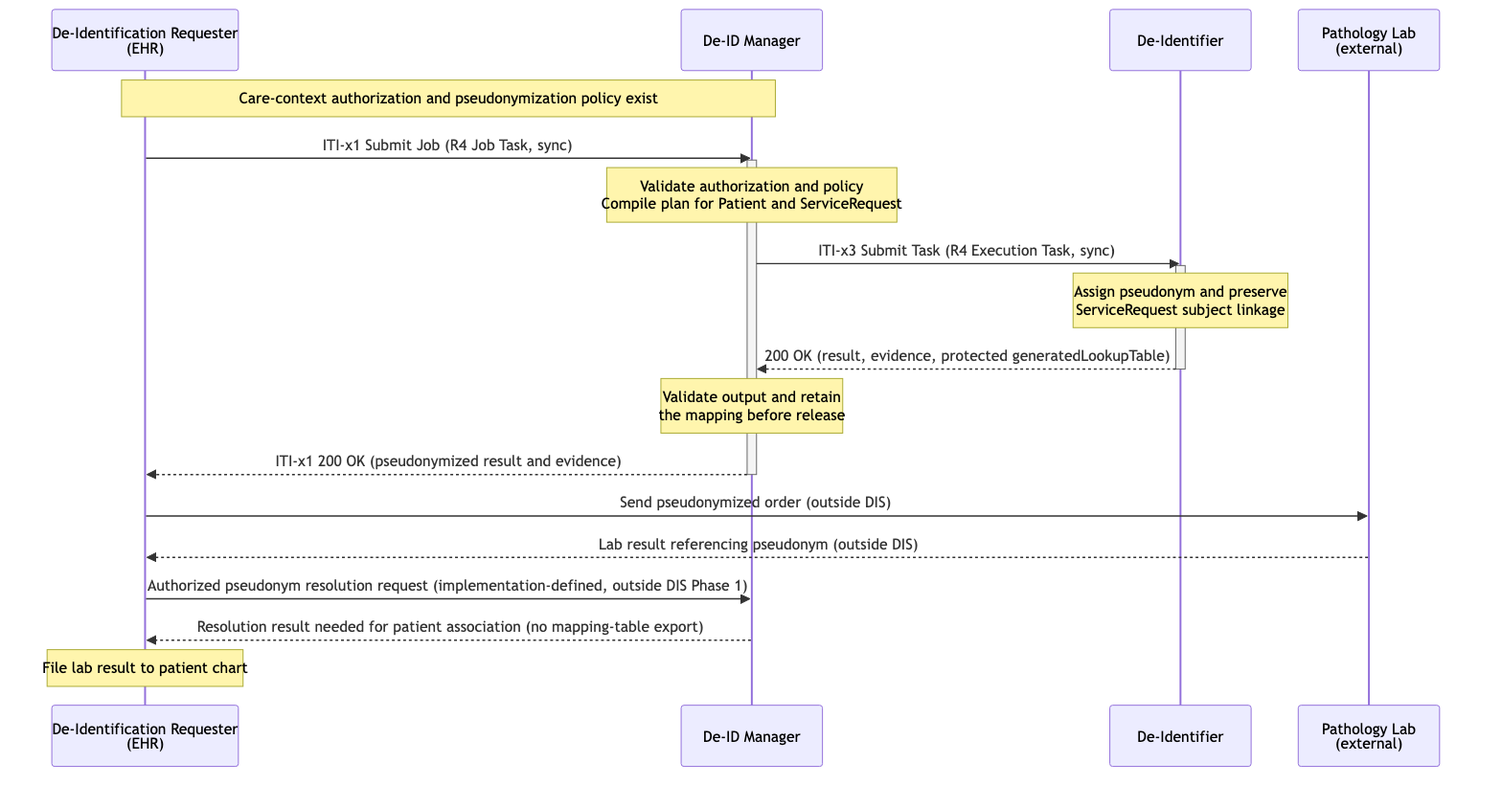
This is input/images/dis-uc3-clinical-pathology.png from IHE/ITI.DIS, a Mermaid export, as it was before one commit. Its source is kept beside it as input/images-source/dis-uc3-clinical-pathology.mmd.
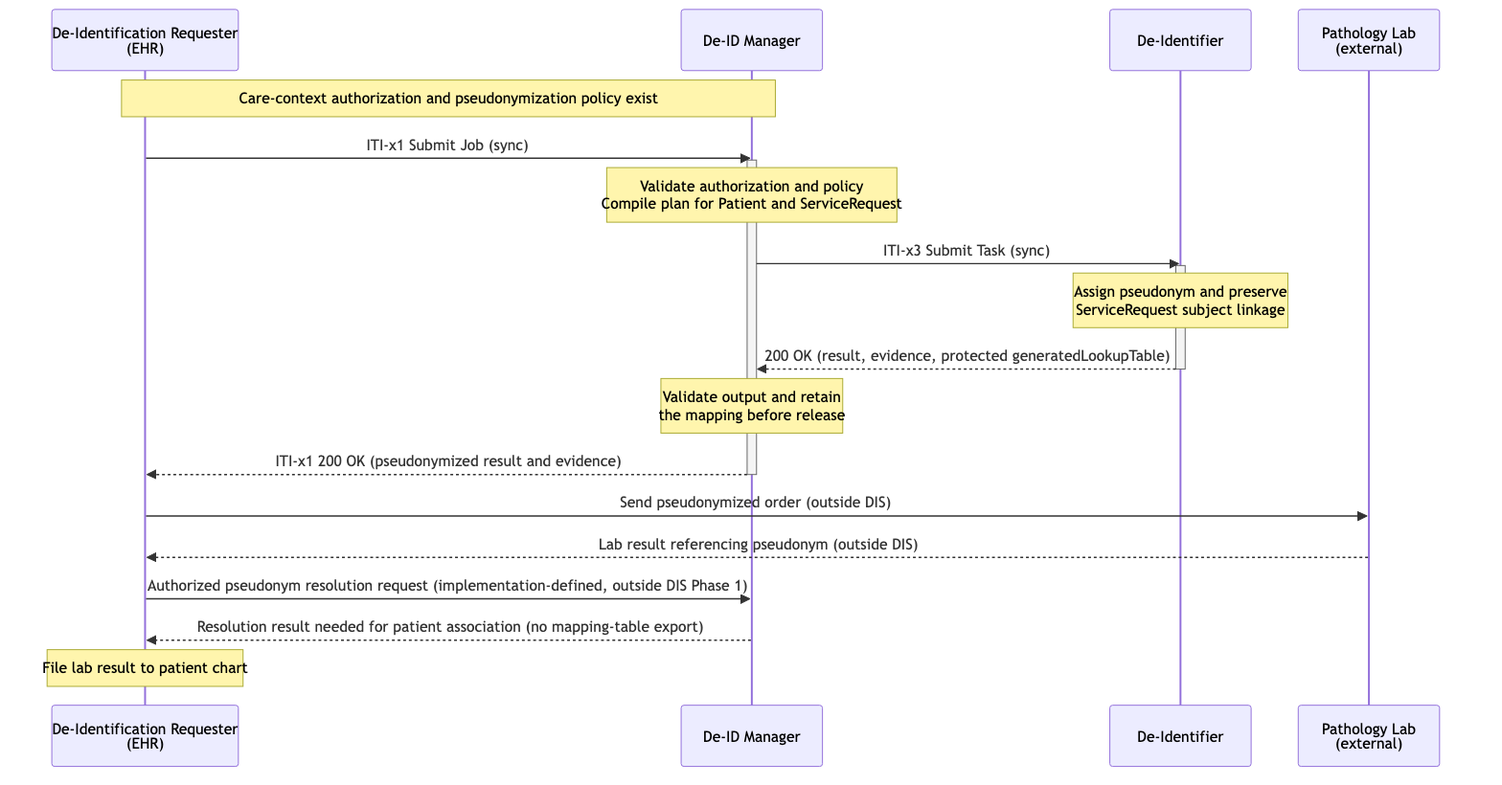
Later version of the same file.

Change to the diagram source:
```diff
@@ -6,11 +6,11 @@
 
     Note over EHR,MGR: Care-context authorization and pseudonymization policy exist
 
-    EHR->>MGR: ITI-x1 Submit Job (R4 Job Task, sync)
+    EHR->>MGR: ITI-x1 Submit Job (sync)
     activate MGR
     Note over MGR: Validate authorization and policy<br/>Compile plan for Patient and ServiceRequest
 
-    MGR->>DI: ITI-x3 Submit Task (R4 Execution Task, sync)
+    MGR->>DI: ITI-x3 Submit Task (sync)
     activate DI
     Note over DI: Assign pseudonym and preserve<br/>ServiceRequest subject linkage
     DI-->>MGR: 200 OK (result, evidence, protected generatedLookupTable)
```
